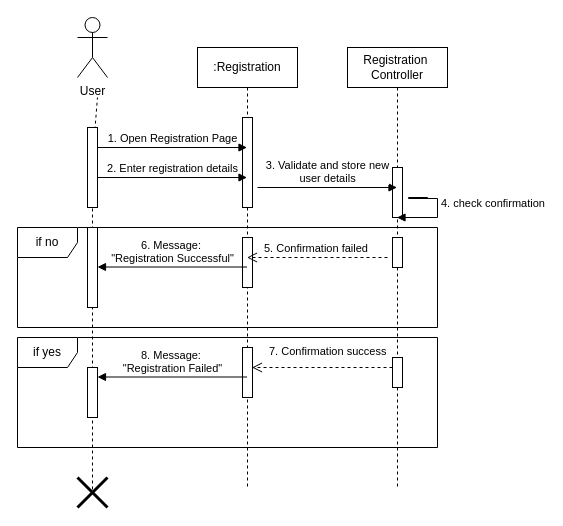
Earlier version of the draw.io diagram page "Registration" (1 of 15) of Sequence Diagram.drawio (shamim36/Final-Defence-Diagram). Source tidied: cells renumbered, new cells numbered last; positions are measured from the earlier drawing's top-left corner, leaving out a move shared by most shapes. Both pictures are drawn from the tidied source at 100%, with x=0, y=0 at pixel (17, 17).
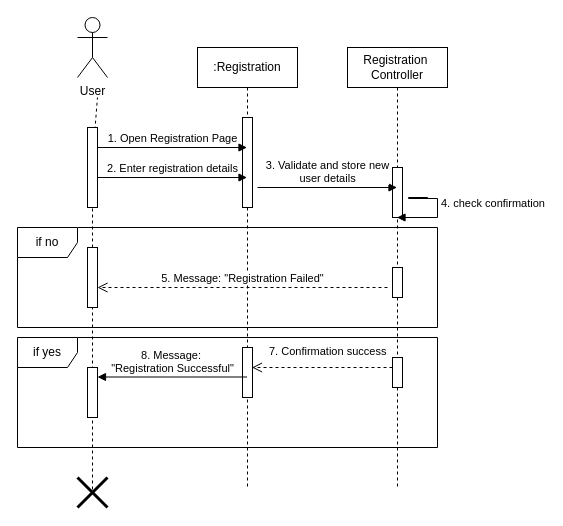
The same diagram, later.

The change refers to these unchanged cells:
```xml
<mxCell id="2" value=":Registration" style="shape=umlLifeline;perimeter=lifelinePerimeter;whiteSpace=wrap;html=1;outlineConnect=0;portConstraint=eastwest;newEdgeStyle={&quot;edgeStyle&quot;:&quot;elbowEdgeStyle&quot;,&quot;elbow&quot;:&quot;vertical&quot;,&quot;curved&quot;:0,&quot;rounded&quot;:0};" parent="1" vertex="1">
  <mxGeometry x="180" y="30" width="100" height="440" as="geometry" />
</mxCell>
<mxCell id="5" value="Registration&amp;nbsp;&lt;div&gt;Controller&lt;/div&gt;" style="shape=umlLifeline;perimeter=lifelinePerimeter;whiteSpace=wrap;html=1;newEdgeStyle={&quot;edgeStyle&quot;:&quot;elbowEdgeStyle&quot;,&quot;elbow&quot;:&quot;vertical&quot;,&quot;curved&quot;:0,&quot;rounded&quot;:0};" parent="1" vertex="1">
  <mxGeometry x="330" y="30" width="100" height="440" as="geometry" />
</mxCell>
```

Diff of the diagram source:
```diff
@@
-    <mxCell id="4" style="html=1;perimeter=orthogonalPerimeter;targetShapes=umlLifeline;newEdgeStyle={&quot;edgeStyle&quot;:&quot;elbowEdgeStyle&quot;,&quot;elbow&quot;:&quot;vertical&quot;,&quot;curved&quot;:0,&quot;rounded&quot;:0};" parent="2" vertex="1">
-      <mxGeometry x="45" y="190" width="10" height="50" as="geometry" />
-    </mxCell>
@@
     <mxCell id="6" style="html=1;perimeter=orthogonalPerimeter;targetShapes=umlLifeline;newEdgeStyle={&quot;curved&quot;:0,&quot;rounded&quot;:0};" parent="5" vertex="1">
-      <mxGeometry x="45" y="190" width="10" height="30" as="geometry" />
+      <mxGeometry x="45" y="220" width="10" height="30" as="geometry" />
     </mxCell>
@@
-    <mxCell id="14" value="5. Confirmation failed&amp;nbsp;" style="html=1;verticalAlign=bottom;endArrow=open;dashed=1;endSize=8;curved=0;rounded=0;" parent="1" edge="1">
+    <mxCell id="14" value="5. Message:&amp;nbsp;&lt;span style=&quot;background-color: light-dark(#ffffff, var(--ge-dark-color, #121212)); color: light-dark(rgb(0, 0, 0), rgb(255, 255, 255));&quot;&gt;&quot;Registration Failed&quot;&lt;/span&gt;" style="html=1;verticalAlign=bottom;endArrow=open;dashed=1;endSize=8;curved=0;rounded=0;" parent="1" edge="1">
       <mxGeometry relative="1" as="geometry">
-        <mxPoint x="370" y="240" as="sourcePoint" />
-        <mxPoint x="229.5" y="240" as="targetPoint" />
+        <mxPoint x="370" y="270" as="sourcePoint" />
+        <mxPoint x="80" y="270" as="targetPoint" />
+        <Array as="points">
+          <mxPoint x="300" y="270" />
+        </Array>
       </mxGeometry>
     </mxCell>
-    <mxCell id="15" value="6. Message:&amp;nbsp;&lt;div&gt;&quot;Registration Successful&quot;&lt;/div&gt;" style="html=1;verticalAlign=bottom;endArrow=block;curved=0;rounded=0;" parent="1" edge="1">
-      <mxGeometry relative="1" as="geometry">
-        <mxPoint x="229.5" y="249.5" as="sourcePoint" />
-        <mxPoint x="80" y="249.5" as="targetPoint" />
-      </mxGeometry>
-    </mxCell>
@@
     <mxCell id="20" style="html=1;points=[[0,0,0,0,5],[0,1,0,0,-5],[1,0,0,0,5],[1,1,0,0,-5]];perimeter=orthogonalPerimeter;outlineConnect=0;targetShapes=umlLifeline;portConstraint=eastwest;newEdgeStyle={&quot;curved&quot;:0,&quot;rounded&quot;:0};" parent="1" vertex="1">
-      <mxGeometry x="70" y="210" width="10" height="80" as="geometry" />
+      <mxGeometry x="70" y="230" width="10" height="60" as="geometry" />
     </mxCell>
@@
-    <mxCell id="23" value="8. Message:&amp;nbsp;&lt;div&gt;&quot;Registration Failed&quot;&lt;/div&gt;" style="html=1;verticalAlign=bottom;endArrow=block;curved=0;rounded=0;" parent="1" edge="1">
+    <mxCell id="23" value="8. Message:&amp;nbsp;&lt;div&gt;&quot;Registration Successful&quot;&lt;/div&gt;" style="html=1;verticalAlign=bottom;endArrow=block;curved=0;rounded=0;" parent="1" edge="1">
       <mxGeometry relative="1" as="geometry">
         <mxPoint x="229.5" y="359.5" as="sourcePoint" />
         <mxPoint x="80" y="359.5" as="targetPoint" />
       </mxGeometry>
     </mxCell>
```
